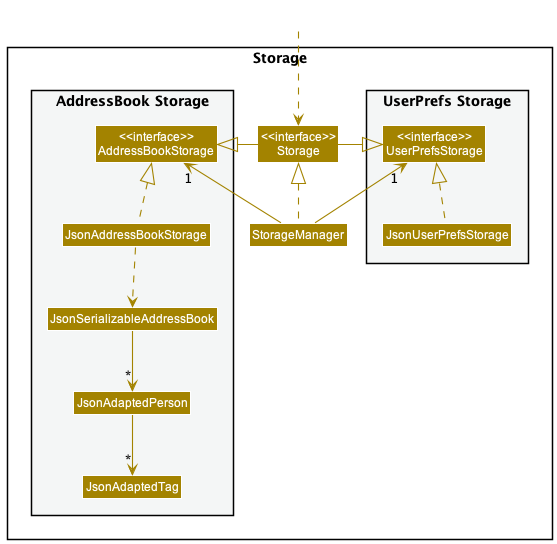
The PlantUML diagram docs/images/StorageClassDiagram.png in nus-cs2103-AY2223S2/tp, before a commit.
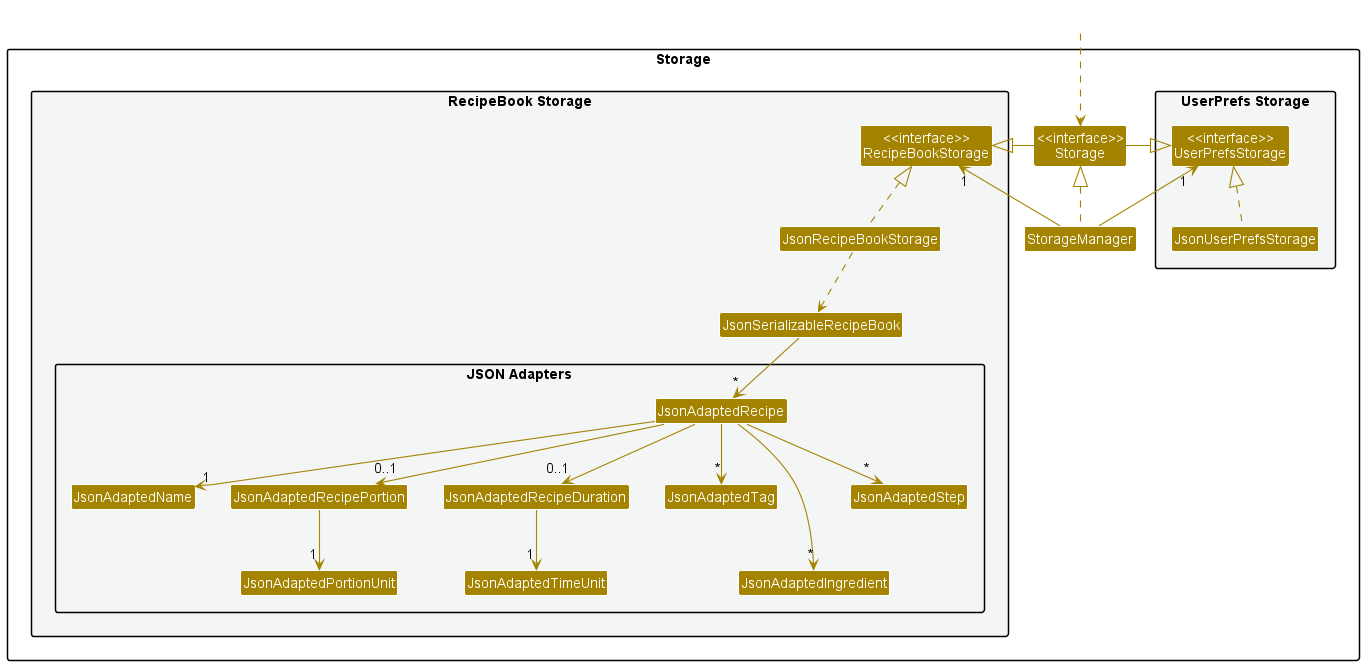
The same diagram one commit later.

Commit message:
Update Class Diagram for Storage Component

Diff of the diagram source:
```diff
@@ -14,13 +14,24 @@
 Class "<<interface>>\nStorage" as Storage
 Class StorageManager
 
-package "AddressBook Storage" #F4F6F6{
-Class "<<interface>>\nAddressBookStorage" as AddressBookStorage
-Class JsonAddressBookStorage
-Class JsonSerializableAddressBook
-Class JsonAdaptedPerson
+package "RecipeBook Storage" #F4F6F6{
+Class "<<interface>>\nRecipeBookStorage" as RecipeBookStorage
+Class JsonRecipeBookStorage
+Class JsonSerializableRecipeBook
+Package "JSON Adapters" {
+Class JsonAdaptedRecipe
+Class JsonAdaptedName
+Class JsonAdaptedRecipePortion
+Class JsonAdaptedPortionUnit
+Class JsonAdaptedRecipeDuration
+Class JsonAdaptedTimeUnit
 Class JsonAdaptedTag
+Class JsonAdaptedIngredient
+Class JsonAdaptedStep
 }
+}
+
+
 
 }
 
@@ -29,15 +40,22 @@
 
 StorageManager .up.|> Storage
 StorageManager -up-> "1" UserPrefsStorage
-StorageManager -up-> "1" AddressBookStorage
+StorageManager -up-> "1" RecipeBookStorage
 
 Storage -left-|> UserPrefsStorage
-Storage -right-|> AddressBookStorage
+Storage -right-|> RecipeBookStorage
 
 JsonUserPrefsStorage .up.|> UserPrefsStorage
-JsonAddressBookStorage .up.|> AddressBookStorage
-JsonAddressBookStorage ..> JsonSerializableAddressBook
-JsonSerializableAddressBook --> "*" JsonAdaptedPerson
-JsonAdaptedPerson --> "*" JsonAdaptedTag
+JsonRecipeBookStorage .up.|> RecipeBookStorage
+JsonRecipeBookStorage ..> JsonSerializableRecipeBook
+JsonSerializableRecipeBook --> "*" JsonAdaptedRecipe
+JsonAdaptedRecipe --> "1" JsonAdaptedName
+JsonAdaptedRecipe --> "0..1" JsonAdaptedRecipePortion
+JsonAdaptedRecipePortion --> "1" JsonAdaptedPortionUnit
+JsonAdaptedRecipe --> "0..1" JsonAdaptedRecipeDuration
+JsonAdaptedRecipeDuration --> "1" JsonAdaptedTimeUnit
+JsonAdaptedRecipe --> "*" JsonAdaptedTag
+JsonAdaptedRecipe ---> "*" JsonAdaptedIngredient
+JsonAdaptedRecipe --> "*" JsonAdaptedStep
 
 @enduml
```
